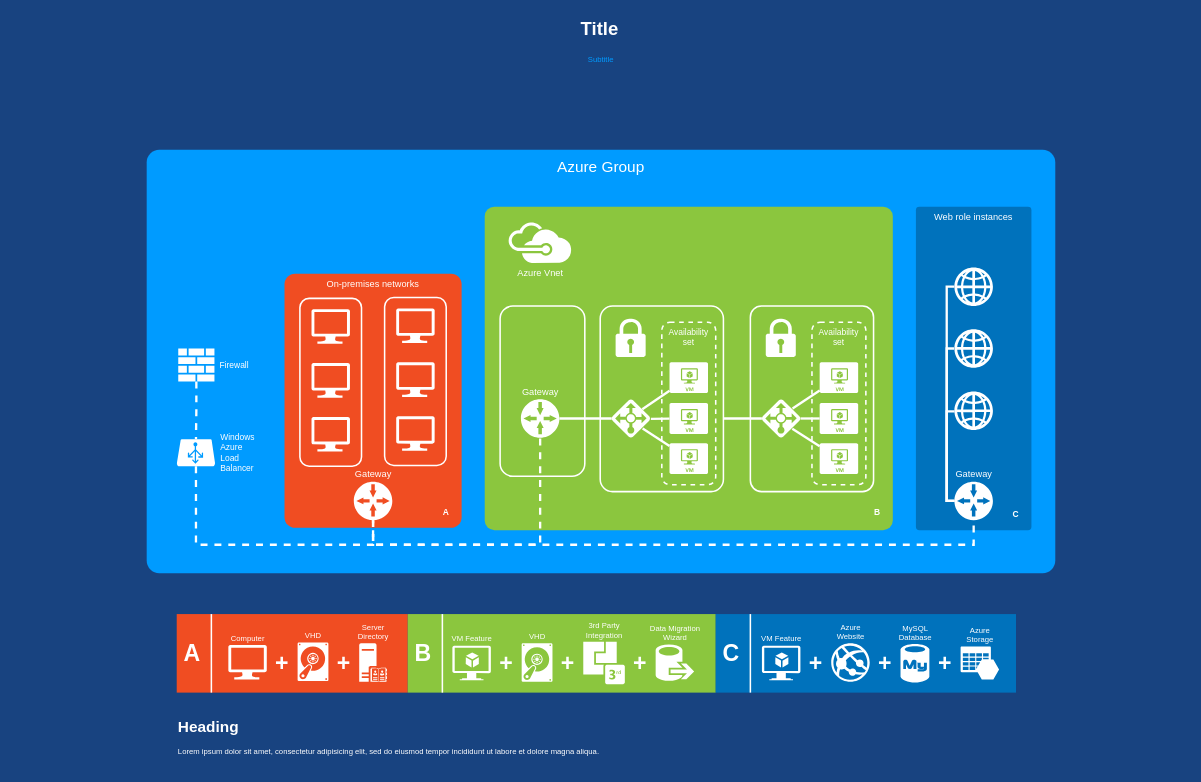
This is Untitled Diagram.drawio from lawrencesystems/Draw_IO_Diagrams, a draw.io file, before an edit. Source tidied: cells renumbered, new cells numbered last; positions are measured from the earlier drawing's top-left corner, leaving out a move shared by most shapes. Both pictures are drawn from the tidied source at 77%, with x=0, y=0 at pixel (13, 13).
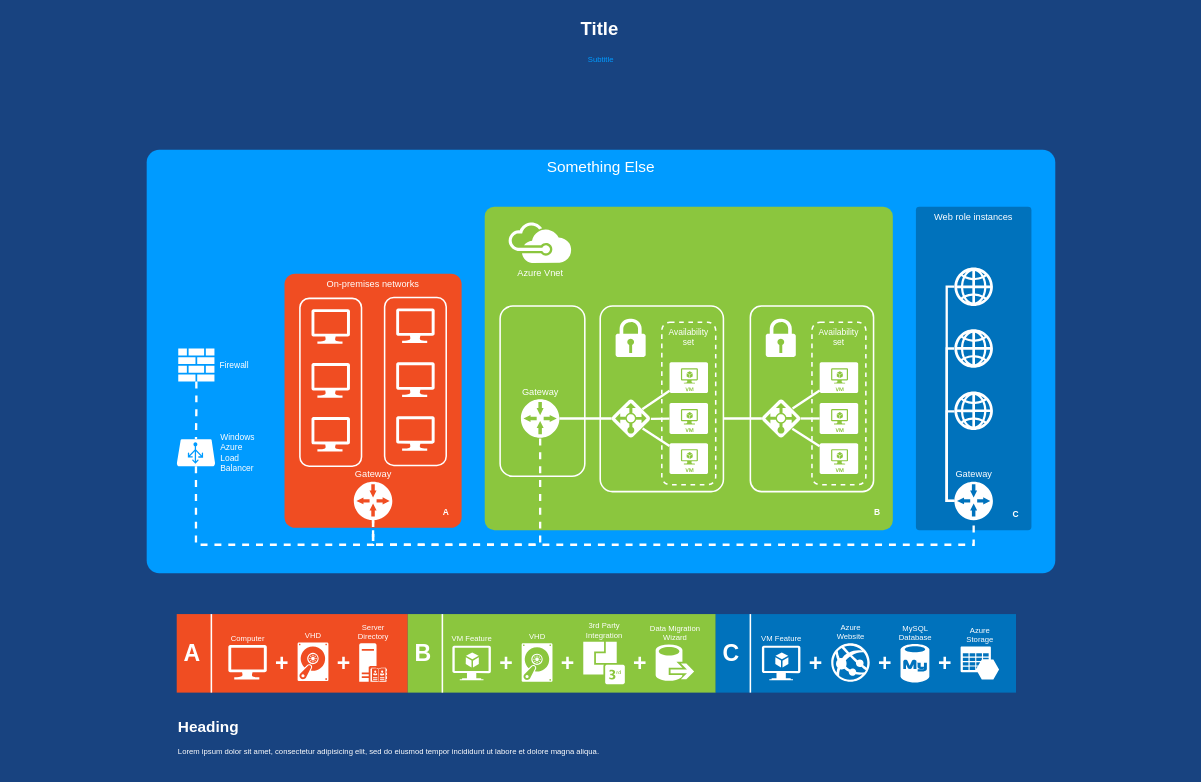
Above is the later version.

Change to the diagram source:
```diff
@@
-    <mxCell id="2" value="Azure Group" style="whiteSpace=wrap;html=1;rounded=1;shadow=0;strokeColor=none;strokeWidth=2;fillColor=#009BFF;fontSize=20;fontColor=#FFFFFF;align=center;arcSize=3;verticalAlign=top;spacingTop=4;" parent="1" vertex="1">
+    <mxCell id="2" value="Something Else" style="whiteSpace=wrap;html=1;rounded=1;shadow=0;strokeColor=none;strokeWidth=2;fillColor=#009BFF;fontSize=20;fontColor=#FFFFFF;align=center;arcSize=3;verticalAlign=top;spacingTop=4;" parent="1" vertex="1">
       <mxGeometry x="173" y="177" width="1180" height="550" as="geometry" />
     </mxCell>
```
